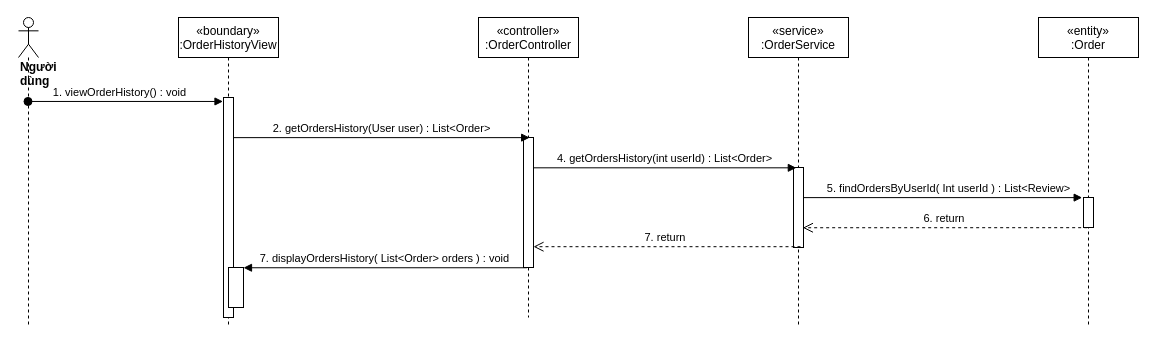
nguyenphamvan/datn_20202 keeps this draw.io diagram as sequence diagram/getOrderHistory-sequence.drawio. Above is the earlier version. Source tidied: cells renumbered, new cells numbered last; positions are measured from the earlier drawing's top-left corner, leaving out a move shared by most shapes. Both pictures are drawn from the tidied source at 100%, with x=0, y=0 at pixel (18, 17).
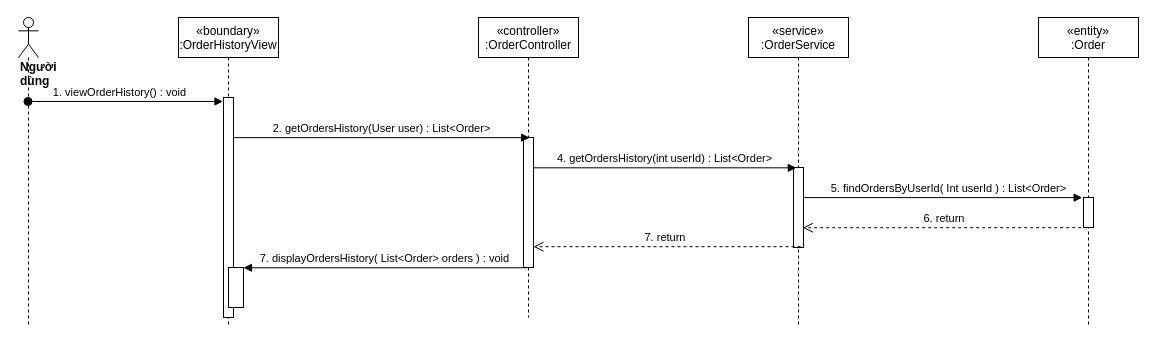
Above is the later version.

Diff of the diagram source:
```diff
@@
 <mxGraphModel>
   <root>
     <mxCell id="0" />
     <mxCell id="1" parent="0" />
     <mxCell id="2" value="«boundary»&#10;:OrderHistoryView" style="shape=umlLifeline;perimeter=lifelinePerimeter;rounded=0;shadow=0;strokeWidth=1;" parent="1" vertex="1">
       <mxGeometry x="160" width="100" height="310" as="geometry" />
     </mxCell>
     <mxCell id="3" style="points=[];perimeter=orthogonalPerimeter;rounded=0;shadow=0;strokeWidth=1;" parent="2" vertex="1">
       <mxGeometry x="45" y="80" width="10" height="220" as="geometry" />
     </mxCell>
     <mxCell id="4" style="html=1;points=[];perimeter=orthogonalPerimeter;" parent="2" vertex="1">
       <mxGeometry x="50" y="250" width="15" height="40" as="geometry" />
     </mxCell>
     <mxCell id="5" value="«controller»&#10;:OrderController" style="shape=umlLifeline;perimeter=lifelinePerimeter;rounded=0;shadow=0;strokeWidth=1;" parent="1" vertex="1">
       <mxGeometry x="460" width="100" height="300" as="geometry" />
     </mxCell>
     <mxCell id="6" style="points=[];perimeter=orthogonalPerimeter;rounded=0;shadow=0;strokeWidth=1;" parent="5" vertex="1">
       <mxGeometry x="45" y="120" width="10" height="130" as="geometry" />
     </mxCell>
     <mxCell id="7" value="&lt;div&gt;&lt;b&gt;Người dùng&lt;/b&gt;&lt;/div&gt;" style="shape=umlLifeline;participant=umlActor;perimeter=lifelinePerimeter;whiteSpace=wrap;html=1;verticalAlign=top;spacingTop=36;outlineConnect=0;align=left;" parent="1" vertex="1">
       <mxGeometry width="20" height="310" as="geometry" />
     </mxCell>
     <mxCell id="8" value="1. viewOrderHistory() : void" style="verticalAlign=bottom;startArrow=oval;endArrow=block;startSize=8;shadow=0;strokeWidth=1;entryX=-0.05;entryY=0.018;entryDx=0;entryDy=0;entryPerimeter=0;" parent="1" edge="1" source="7" target="3">
       <mxGeometry x="-0.06" relative="1" as="geometry" />
     </mxCell>
     <mxCell id="9" value="«service»&#10;:OrderService" style="shape=umlLifeline;perimeter=lifelinePerimeter;rounded=0;shadow=0;strokeWidth=1;" parent="1" vertex="1">
       <mxGeometry x="730" width="100" height="310" as="geometry" />
     </mxCell>
     <mxCell id="10" style="points=[];perimeter=orthogonalPerimeter;rounded=0;shadow=0;strokeWidth=1;" parent="9" vertex="1">
       <mxGeometry x="45" y="150" width="10" height="80" as="geometry" />
     </mxCell>
     <mxCell id="11" value="2. getOrdersHistory(User user) : List&amp;lt;Order&amp;gt;" style="html=1;verticalAlign=bottom;endArrow=block;entryX=0.617;entryY=0.001;entryDx=0;entryDy=0;entryPerimeter=0;" parent="1" edge="1" source="3" target="6">
       <mxGeometry relative="1" as="geometry" />
     </mxCell>
     <mxCell id="12" value="4. getOrdersHistory(int userId) : List&amp;lt;Order&amp;gt;" style="html=1;verticalAlign=bottom;endArrow=block;entryX=0.283;entryY=0.004;entryDx=0;entryDy=0;entryPerimeter=0;" parent="1" edge="1" source="6" target="10">
       <mxGeometry relative="1" as="geometry" />
     </mxCell>
     <mxCell id="13" value="«entity»&#10;:Order" style="shape=umlLifeline;perimeter=lifelinePerimeter;rounded=0;shadow=0;strokeWidth=1;" parent="1" vertex="1">
       <mxGeometry x="1020" width="100" height="310" as="geometry" />
     </mxCell>
     <mxCell id="14" style="points=[];perimeter=orthogonalPerimeter;rounded=0;shadow=0;strokeWidth=1;" parent="13" vertex="1">
       <mxGeometry x="45" y="180" width="10" height="30" as="geometry" />
     </mxCell>
-    <mxCell id="15" value="5. findOrdersByUserId( Int userId ) : List&amp;lt;Review&amp;gt;" style="html=1;verticalAlign=bottom;endArrow=block;entryX=-0.133;entryY=0.004;entryDx=0;entryDy=0;entryPerimeter=0;" parent="1" edge="1" source="10" target="14">
+    <mxCell id="15" value="5. findOrdersByUserId( Int userId ) : List&amp;lt;Order&amp;gt;" style="html=1;verticalAlign=bottom;endArrow=block;entryX=-0.133;entryY=0.004;entryDx=0;entryDy=0;entryPerimeter=0;" parent="1" edge="1" source="10" target="14">
       <mxGeometry x="0.04" relative="1" as="geometry" />
     </mxCell>
     <mxCell id="16" value="6. return&amp;nbsp;" style="html=1;verticalAlign=bottom;endArrow=open;dashed=1;endSize=8;exitX=0.367;exitY=1.006;exitDx=0;exitDy=0;exitPerimeter=0;entryX=0.94;entryY=0.753;entryDx=0;entryDy=0;entryPerimeter=0;" parent="1" edge="1" source="14" target="10">
       <mxGeometry relative="1" as="geometry" />
     </mxCell>
     <mxCell id="17" value="7. return&amp;nbsp;" style="html=1;verticalAlign=bottom;endArrow=open;dashed=1;endSize=8;exitX=0.7;exitY=0.99;exitDx=0;exitDy=0;exitPerimeter=0;" parent="1" edge="1" source="10" target="6">
       <mxGeometry relative="1" as="geometry" />
     </mxCell>
     <mxCell id="18" value="7. displayOrdersHistory( List&lt;Order&gt; orders ) : void" style="verticalAlign=bottom;endArrow=block;shadow=0;strokeWidth=1;exitX=0.34;exitY=1.002;exitDx=0;exitDy=0;exitPerimeter=0;" parent="1" edge="1" source="6" target="4">
       <mxGeometry relative="1" as="geometry" />
     </mxCell>
   </root>
 </mxGraphModel>
```
